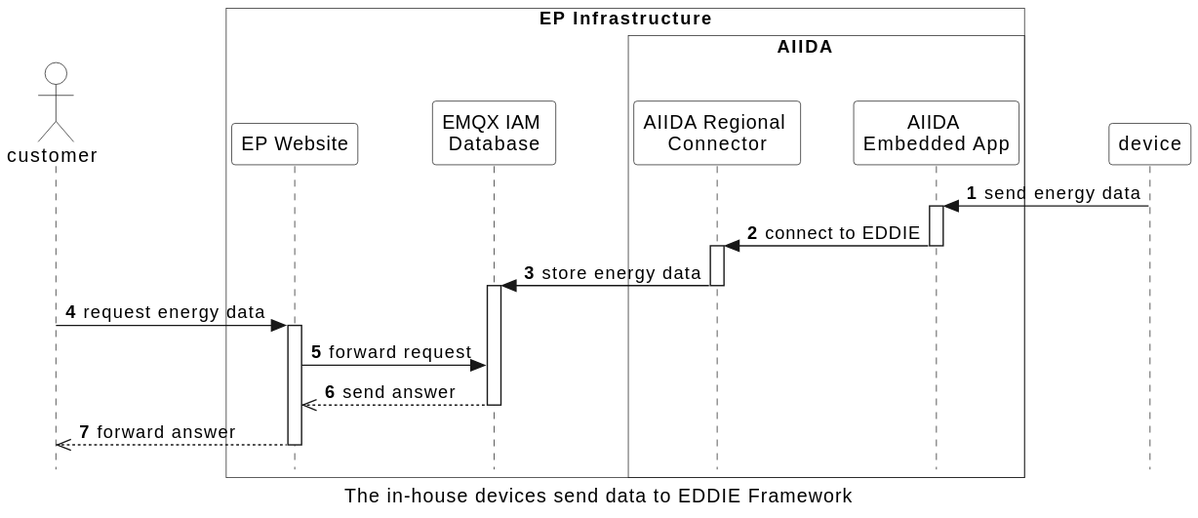
This is arc42/aiida/runtime-view/figures/aiida_send_data.svg from eddie-energy/architecture, a PlantUML export, as it was before one commit. The source it was exported from:
```plantuml
@startuml
caption The in-house devices send data to EDDIE Framework

skinparam style strictuml
skinparam sequence {
  ParticipantBackgroundColor transparent
  ActorBackgroundColor transparent
}

autonumber
!pragma teoz true
actor customer

box "Device" as device
end box

box "EP Infrastructure" #transparent

    participant "EP Website" as website
      participant "EMQX IAM \nDatabase" as database
    box "\tAIIDA\t\t"  #transparent
    participant "AIIDA Regional \nConnector" as connector
      participant "AIIDA \nEmbedded App"  as app

  end box

end box


device -> app : send energy data
activate app
app -> connector : connect to EDDIE
deactivate app
activate connector
connector -> database :store energy data
activate database
deactivate connector
customer -> website : request energy data
activate website
website -> database : forward request
database -->> website : send answer
deactivate database
website -->> customer : forward answer
deactivate website
@enduml
```
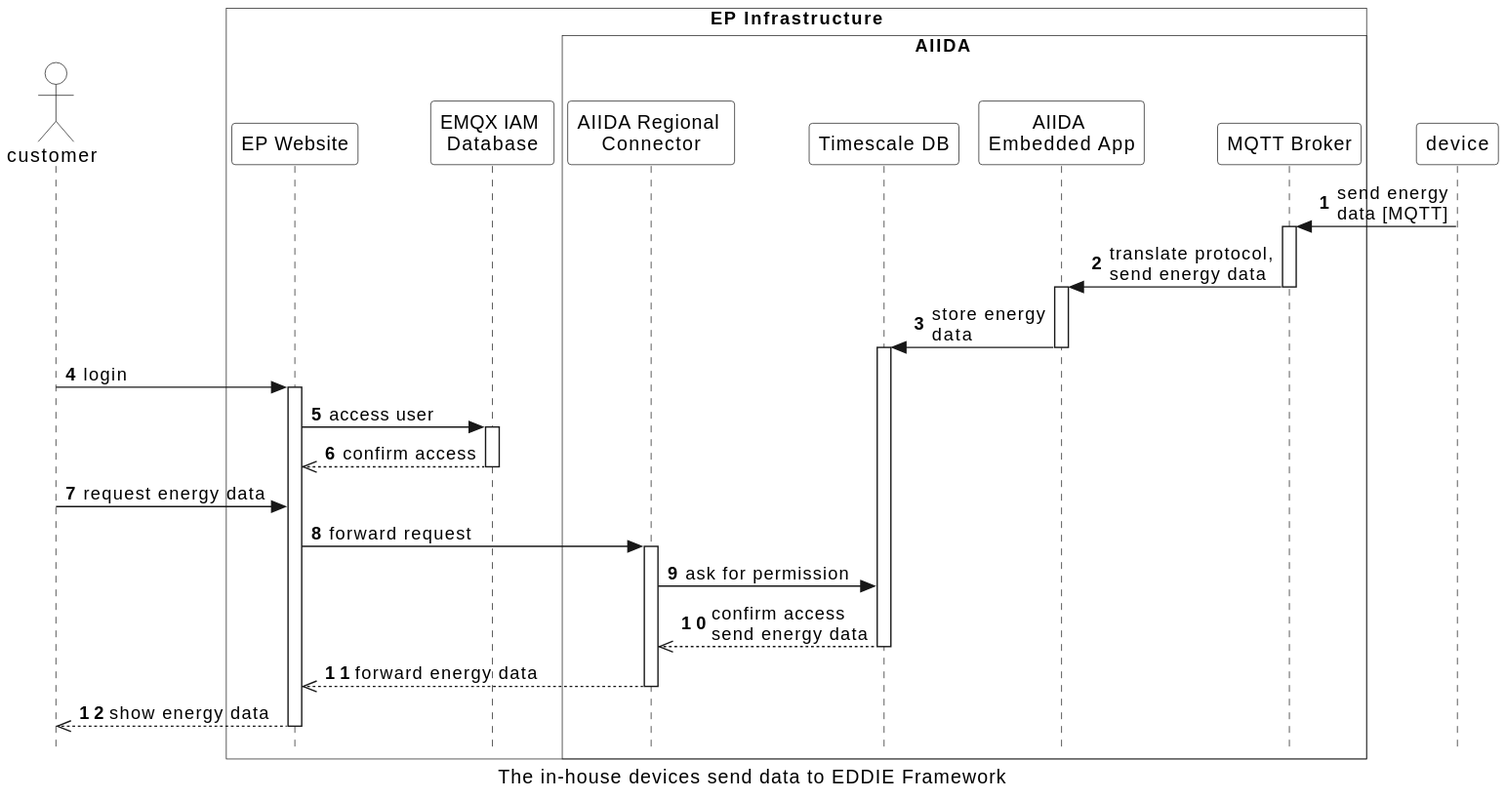
Above is the later version.

The edit, as a diff of the source:
```diff
@@ -20,26 +20,41 @@
       participant "EMQX IAM \nDatabase" as database
     box "\tAIIDA\t\t"  #transparent
     participant "AIIDA Regional \nConnector" as connector
+     participant "Timescale DB" as timescale
       participant "AIIDA \nEmbedded App"  as app
-
+      participant "MQTT Broker" as broker
   end box
 
 end box
 
 
-device -> app : send energy data
+device -> broker : send energy\ndata [MQTT]
+activate broker
+broker -> app : translate protocol,\nsend energy data
+deactivate broker
 activate app
-app -> connector : connect to EDDIE
+app -> timescale : store energy\ndata
+activate timescale
 deactivate app
+
+customer -> website : login
+activate website
+website -> database : access user
+activate database
+database -->> website : confirm access
+deactivate database
+
+
+customer -> website : request energy data
+website -> connector : forward request
+
 activate connector
-connector -> database :store energy data
-activate database
+connector -> timescale : ask for permission
+timescale -->>  connector  : confirm access\nsend energy data
+deactivate timescale
+connector -->> website : forward energy data
 deactivate connector
-customer -> website : request energy data
-activate website
-website -> database : forward request
-database -->> website : send answer
 deactivate database
-website -->> customer : forward answer
+website -->> customer : show energy data
 deactivate website
 @enduml
```
